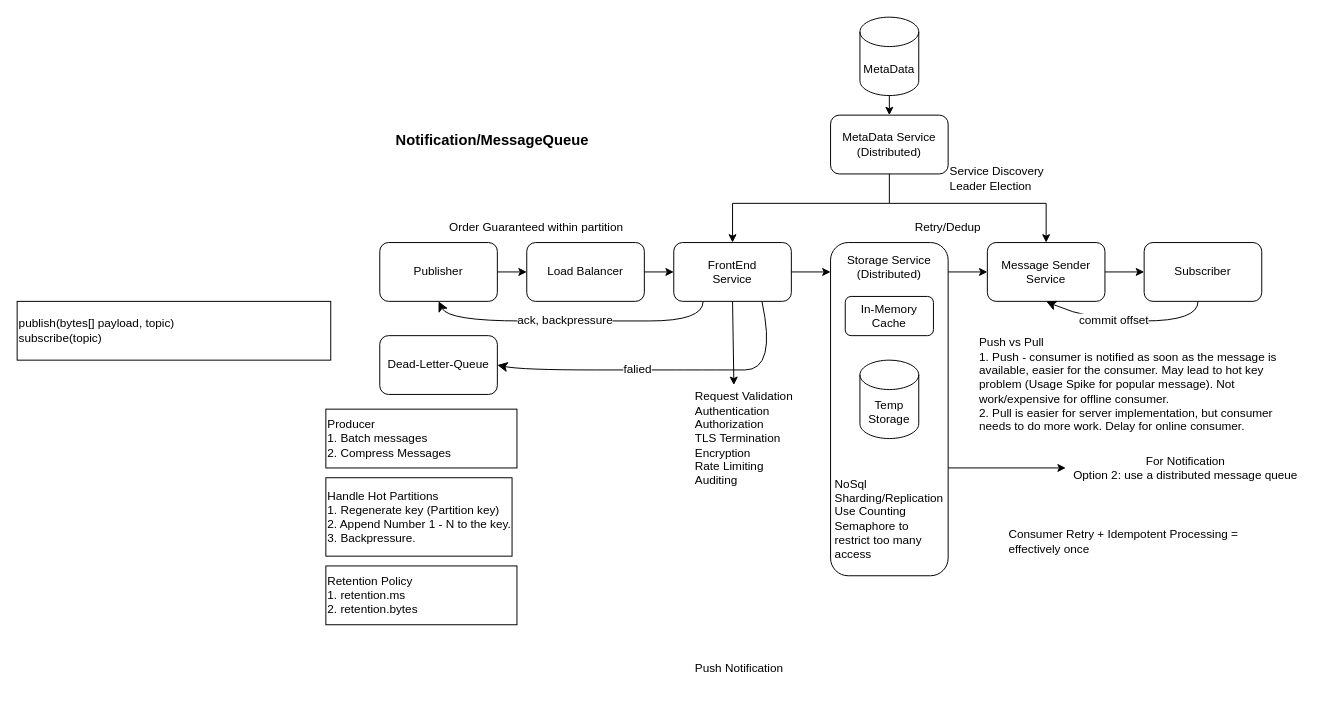
xwq172677170/SysdDiagram keeps this draw.io diagram as 1_Notification_MessageQ.drawio. Above is the earlier version. Source tidied: cells renumbered, new cells numbered last; positions are measured from the earlier drawing's top-left corner, leaving out a move shared by most shapes. Both pictures are drawn from the tidied source at 98%, with x=0, y=0 at pixel (17, 17).
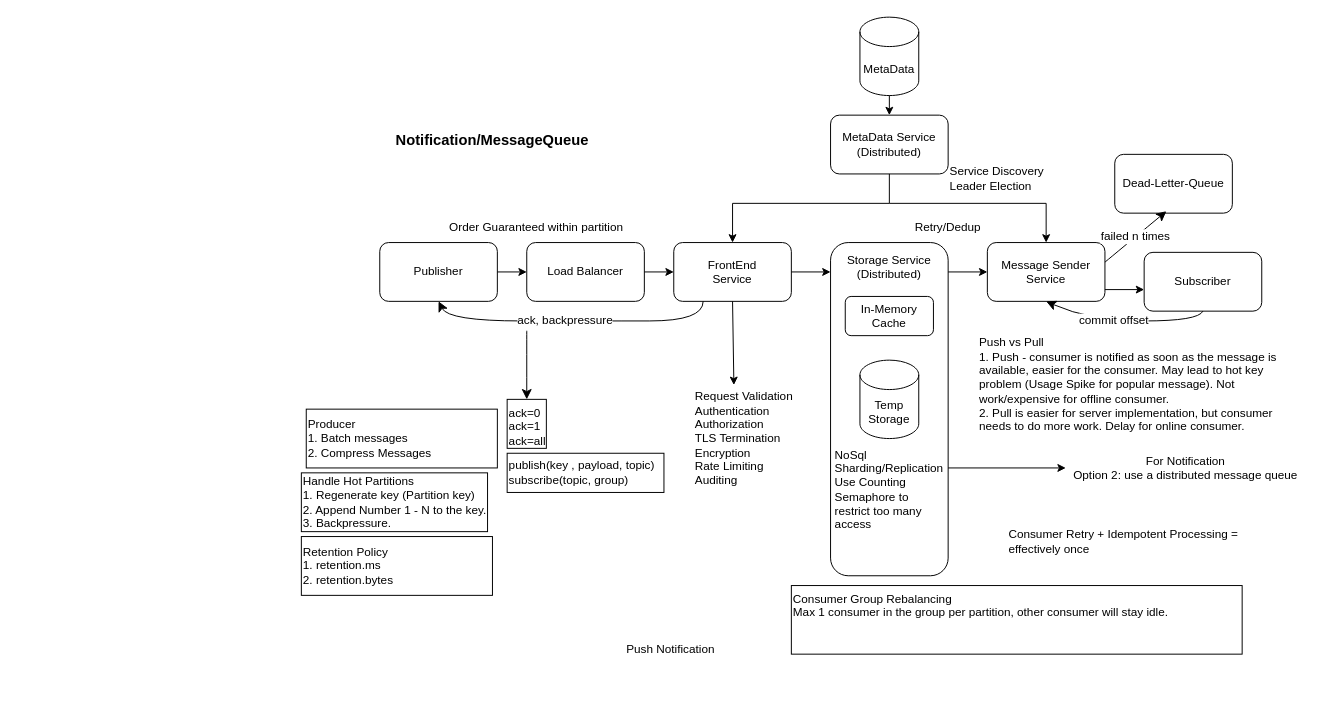
After the change.

Unchanged cells that the change refers to:
```xml
<mxCell id="5" value="FrontEnd&lt;br&gt;Service" style="rounded=1;whiteSpace=wrap;html=1;" parent="1" vertex="1">
  <mxGeometry x="670" y="230" width="120" height="60" as="geometry" />
</mxCell>
<mxCell id="14" value="Message Sender Service" style="rounded=1;whiteSpace=wrap;html=1;" parent="1" vertex="1">
  <mxGeometry x="990" y="230" width="120" height="60" as="geometry" />
</mxCell>
```

Change to the diagram source:
```diff
@@
     <mxCell id="16" value="Subscriber" style="rounded=1;whiteSpace=wrap;html=1;" parent="1" vertex="1">
-      <mxGeometry x="1150" y="230" width="120" height="60" as="geometry" />
+      <mxGeometry x="1150" y="240" width="120" height="60" as="geometry" />
     </mxCell>
@@
-    <mxCell id="18" style="endArrow=classic;html=1;rounded=0;exitX=1;exitY=0.5;exitDx=0;exitDy=0;entryX=0;entryY=0.5;entryDx=0;entryDy=0;" parent="1" edge="1" source="14" target="16">
-      <mxGeometry relative="1" as="geometry" />
+    <mxCell id="18" style="endArrow=classic;html=1;rounded=0;exitX=1;exitY=0.5;exitDx=0;exitDy=0;entryX=0;entryY=0.5;entryDx=0;entryDy=0;" parent="1" edge="1">
+      <mxGeometry relative="1" as="geometry">
+        <mxPoint x="1110" y="278" as="sourcePoint" />
+        <mxPoint x="1150" y="278" as="targetPoint" />
+      </mxGeometry>
     </mxCell>
@@
     <mxCell id="24" value="&lt;br&gt;&lt;div style=&quot;text-align: left;&quot;&gt;&lt;span style=&quot;background-color: initial;&quot;&gt;NoSql&lt;/span&gt;&lt;/div&gt;&lt;div style=&quot;text-align: left;&quot;&gt;&lt;span style=&quot;background-color: initial;&quot;&gt;Sharding/Replication&lt;/span&gt;&lt;/div&gt;&lt;div style=&quot;text-align: left;&quot;&gt;&lt;span style=&quot;background-color: initial;&quot;&gt;Use Counting Semaphore to restrict too many&amp;nbsp; access&lt;/span&gt;&lt;/div&gt;" style="text;html=1;strokeColor=none;fillColor=none;align=center;verticalAlign=middle;whiteSpace=wrap;rounded=0;" parent="1" vertex="1">
-      <mxGeometry x="845" y="460" width="90" height="90" as="geometry" />
+      <mxGeometry x="845" y="430" width="90" height="90" as="geometry" />
     </mxCell>
@@
     <mxCell id="32" value="Handle Hot Partitions&lt;div&gt;1. Regenerate key (Partition key)&lt;/div&gt;&lt;div&gt;2. Append Number 1 - N to the key.&lt;/div&gt;&lt;div&gt;3. Backpressure.&lt;/div&gt;" style="rounded=0;whiteSpace=wrap;html=1;align=left;" parent="1" vertex="1">
-      <mxGeometry x="315" y="470" width="190" height="80" as="geometry" />
+      <mxGeometry x="290" y="465" width="190" height="60" as="geometry" />
     </mxCell>
     <mxCell id="33" value="Producer&lt;div&gt;1. Batch messages&lt;/div&gt;&lt;div&gt;2. Compress Messages&lt;/div&gt;" style="rounded=0;whiteSpace=wrap;html=1;align=left;" parent="1" vertex="1">
-      <mxGeometry x="315" y="400" width="195" height="60" as="geometry" />
+      <mxGeometry x="295" y="400" width="195" height="60" as="geometry" />
     </mxCell>
     <mxCell id="34" value="Retention Policy&lt;br&gt;&lt;div&gt;1. retention.ms&lt;/div&gt;&lt;div&gt;2. retention.bytes&lt;/div&gt;" style="rounded=0;whiteSpace=wrap;html=1;align=left;" parent="1" vertex="1">
-      <mxGeometry x="315" y="560" width="195" height="60" as="geometry" />
+      <mxGeometry x="290" y="530" width="195" height="60" as="geometry" />
     </mxCell>
-    <mxCell id="35" value="publish(bytes[] payload, topic)&lt;div&gt;subscribe(topic)&lt;/div&gt;" style="rounded=0;whiteSpace=wrap;html=1;align=left;" parent="1" vertex="1">
-      <mxGeometry y="290" width="320" height="60" as="geometry" />
+    <mxCell id="35" value="publish(key , payload, topic)&lt;div&gt;subscribe(topic, group)&lt;/div&gt;" style="rounded=0;whiteSpace=wrap;html=1;align=left;" parent="1" vertex="1">
+      <mxGeometry x="500" y="445" width="160" height="40" as="geometry" />
     </mxCell>
     <mxCell id="36" value="Push Notification" style="text;html=1;align=left;verticalAlign=middle;whiteSpace=wrap;rounded=0;" parent="1" vertex="1">
-      <mxGeometry x="690" y="640" width="290" height="50" as="geometry" />
+      <mxGeometry x="620" y="620" width="290" height="50" as="geometry" />
     </mxCell>
@@
-    <mxCell id="39" style="endArrow=classic;html=1;rounded=0;fontSize=12;startSize=8;endSize=8;curved=1;entryX=0.5;entryY=1;entryDx=0;entryDy=0;exitX=0.25;exitY=1;exitDx=0;exitDy=0;" parent="1" edge="1" target="14">
-      <mxGeometry x="0.17" y="1.58" relative="1" as="geometry">
-        <mxPoint x="1205" y="290" as="sourcePoint" />
+    <mxCell id="39" style="endArrow=classic;html=1;rounded=0;fontSize=12;startSize=8;endSize=8;curved=1;entryX=0.5;entryY=1;entryDx=0;entryDy=0;exitX=0.5;exitY=1;exitDx=0;exitDy=0;" parent="1" edge="1" source="16" target="14">
+      <mxGeometry x="0.13" y="1.58" relative="1" as="geometry">
         <Array as="points">
           <mxPoint x="1205" y="310" />
           <mxPoint x="1095" y="310" />
         </Array>
       </mxGeometry>
     </mxCell>
     <mxCell id="40" value="commit offset" style="edgeLabel;html=1;align=center;verticalAlign=middle;fontSize=12;" parent="39" vertex="1">
-      <mxGeometry x="0.19" y="-1" relative="1" as="geometry" />
+      <mxGeometry x="0.15" y="-1" relative="1" as="geometry" />
     </mxCell>
     <mxCell id="41" value="Dead-Letter-Queue" style="rounded=1;whiteSpace=wrap;html=1;" parent="1" vertex="1">
-      <mxGeometry x="370" y="325" width="120" height="60" as="geometry" />
+      <mxGeometry x="1120" y="140" width="120" height="60" as="geometry" />
     </mxCell>
-    <mxCell id="42" style="endArrow=classic;html=1;rounded=0;fontSize=12;startSize=8;endSize=8;curved=1;entryX=1;entryY=0.5;entryDx=0;entryDy=0;exitX=0.75;exitY=1;exitDx=0;exitDy=0;" parent="1" edge="1" source="5" target="41">
-      <mxGeometry x="0.19" y="1.58" relative="1" as="geometry">
-        <Array as="points">
-          <mxPoint x="775" y="360" />
-          <mxPoint x="710" y="360" />
-          <mxPoint x="665" y="360" />
-          <mxPoint x="515" y="360" />
-        </Array>
-      </mxGeometry>
-    </mxCell>
-    <mxCell id="43" value="falied" style="edgeLabel;html=1;align=center;verticalAlign=middle;fontSize=12;" parent="42" vertex="1">
-      <mxGeometry x="0.2" y="-1" relative="1" as="geometry" />
-    </mxCell>
+    <mxCell id="44" value="Consumer Group Rebalancing&lt;div&gt;Max 1 consumer in the group per partition, other consumer will stay idle.&lt;/div&gt;" style="rounded=0;whiteSpace=wrap;html=1;align=left;verticalAlign=top;" parent="1" vertex="1">
+      <mxGeometry x="790" y="580" width="460" height="70" as="geometry" />
+    </mxCell>
+    <mxCell id="45" value="ack=0&lt;div&gt;ack=1&lt;/div&gt;&lt;div&gt;ack=all&lt;/div&gt;" style="rounded=0;whiteSpace=wrap;html=1;align=left;verticalAlign=top;" parent="1" vertex="1">
+      <mxGeometry x="500" y="390" width="40" height="50" as="geometry" />
+    </mxCell>
+    <mxCell id="46" style="endArrow=classic;html=1;rounded=0;fontSize=12;startSize=8;endSize=8;curved=1;" parent="1" edge="1" target="45">
+      <mxGeometry relative="1" as="geometry">
+        <mxPoint x="520" y="320" as="sourcePoint" />
+      </mxGeometry>
+    </mxCell>
+    <mxCell id="47" style="endArrow=classic;html=1;rounded=0;fontSize=12;startSize=8;endSize=8;curved=1;entryX=0.439;entryY=0.967;entryDx=0;entryDy=0;entryPerimeter=0;" parent="1" edge="1" target="41">
+      <mxGeometry relative="1" as="geometry">
+        <mxPoint x="1110" y="250" as="sourcePoint" />
+      </mxGeometry>
+    </mxCell>
+    <mxCell id="48" value="failed n times" style="edgeLabel;html=1;align=center;verticalAlign=middle;fontSize=12;" parent="47" vertex="1">
+      <mxGeometry x="0.01" y="1" relative="1" as="geometry" />
+    </mxCell>
```
